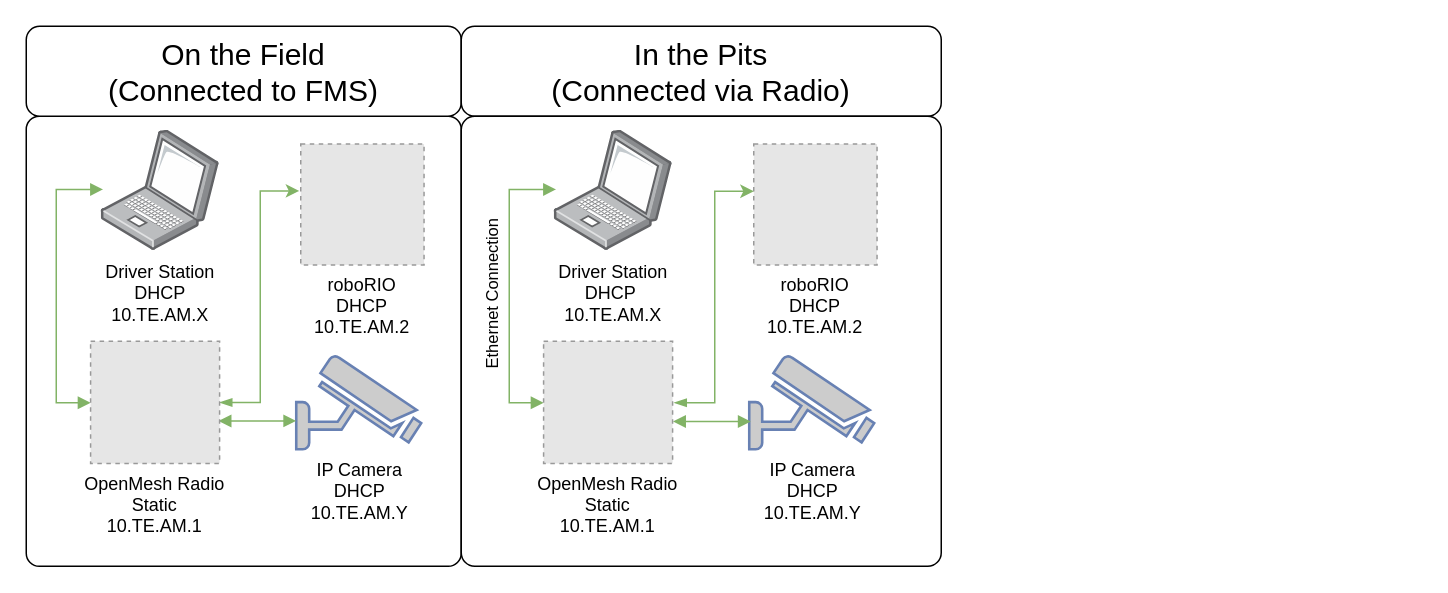
This is source/docs/networking/networking-introduction/diagrams/mixing-static-dynamic.drawio from wpilibsuite/frc-docs, a draw.io file, before an edit. Source tidied: cells renumbered, new cells numbered last; positions are measured from the earlier drawing's top-left corner, leaving out a move shared by most shapes. Both pictures are drawn from the tidied source at 150%, with x=0, y=0 at pixel (26, 26). Pictures stored in the file or linked from it are replaced by grey dashed boxes.
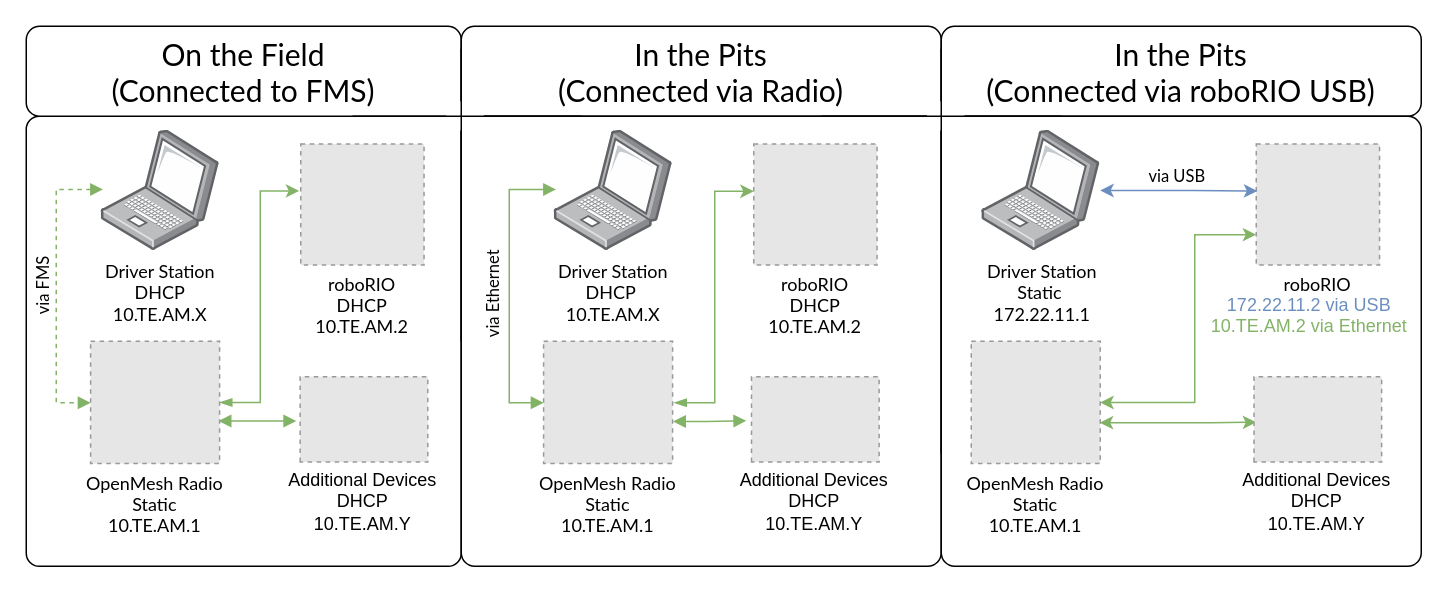
After the change.

Commit message (it also covers changes not shown here):
Update networking diagram

What changed in the source:
```diff
@@
-    <mxCell id="2" style="rounded=1;whiteSpace=wrap;html=1;arcSize=3;" parent="1" vertex="1">
+    <mxCell id="2" style="rounded=1;whiteSpace=wrap;html=1;arcSize=3;fontFamily=Lato;" parent="1" vertex="1">
       <mxGeometry y="60" width="290" height="300" as="geometry" />
     </mxCell>
-    <mxCell id="3" value="&lt;font style=&quot;font-size: 20px&quot;&gt;On the Field &lt;br&gt;(Connected to FMS)&lt;/font&gt;" style="rounded=1;whiteSpace=wrap;html=1;" parent="1" vertex="1">
+    <mxCell id="3" value="&lt;font style=&quot;font-size: 20px&quot;&gt;On the Field &lt;br&gt;(Connected to FMS)&lt;/font&gt;" style="rounded=1;whiteSpace=wrap;html=1;fontFamily=Lato;" parent="1" vertex="1">
       <mxGeometry width="290" height="60" as="geometry" />
     </mxCell>
-    <mxCell id="4" style="edgeStyle=orthogonalEdgeStyle;rounded=0;jettySize=auto;html=1;entryX=-0.012;entryY=0.388;entryDx=0;entryDy=0;entryPerimeter=0;startArrow=blockThin;startFill=1;fillColor=#d5e8d4;strokeColor=#82b366;" parent="1" edge="1" source="10" target="8">
+    <mxCell id="4" style="edgeStyle=orthogonalEdgeStyle;rounded=0;jettySize=auto;html=1;entryX=-0.012;entryY=0.388;entryDx=0;entryDy=0;entryPerimeter=0;startArrow=blockThin;startFill=1;fillColor=#d5e8d4;strokeColor=#82b366;fontFamily=Lato;" parent="1" edge="1" source="10" target="8">
       <mxGeometry relative="1" as="geometry">
         <Array as="points">
           <mxPoint x="156" y="251" />
           <mxPoint x="156" y="110" />
         </Array>
       </mxGeometry>
     </mxCell>
-    <mxCell id="5" style="edgeStyle=orthogonalEdgeStyle;rounded=0;jettySize=auto;html=1;startArrow=block;startFill=1;endArrow=block;endFill=1;exitX=0.015;exitY=0.491;exitDx=0;exitDy=0;exitPerimeter=0;fillColor=#d5e8d4;strokeColor=#82b366;" parent="1" edge="1" source="6" target="10">
+    <mxCell id="5" style="edgeStyle=orthogonalEdgeStyle;rounded=0;jettySize=auto;html=1;startArrow=block;startFill=1;endArrow=block;endFill=1;exitX=0.015;exitY=0.491;exitDx=0;exitDy=0;exitPerimeter=0;fillColor=#d5e8d4;strokeColor=#82b366;dashed=1;fontFamily=Lato;" parent="1" edge="1" source="6" target="10">
       <mxGeometry relative="1" as="geometry">
         <Array as="points">
           <mxPoint x="20" y="109" />
           <mxPoint x="20" y="251" />
         </Array>
       </mxGeometry>
     </mxCell>
+    <mxCell id="21" value="via FMS" style="edgeLabel;html=1;align=center;verticalAlign=middle;horizontal=0;fontFamily=Lato;" parent="5" vertex="1">
+      <mxGeometry x="0.21" y="-1" relative="1" as="geometry">
+        <mxPoint x="-9" y="-22.1" as="offset" />
+      </mxGeometry>
+    </mxCell>
-    <mxCell id="6" value="Driver Station&lt;br&gt;DHCP&lt;br&gt;10.TE.AM.X" style="points=[];html=1;align=center;shadow=0;dashed=0;image;image=img/lib/allied_telesis/computer_and_terminals/Laptop.svg;" parent="1" vertex="1">
+    <mxCell id="6" value="Driver Station&lt;br&gt;DHCP&lt;br&gt;10.TE.AM.X" style="points=[];html=1;align=center;shadow=0;dashed=0;image;image=img/lib/allied_telesis/computer_and_terminals/Laptop.svg;fontFamily=Lato;" parent="1" vertex="1">
       <mxGeometry x="50" y="69.5" width="78.9" height="80" as="geometry" />
     </mxCell>
-    <mxCell id="7" value="&lt;font color=&quot;#000000&quot;&gt;IP Camera&lt;br&gt;DHCP&lt;br&gt;10.TE.AM.Y&lt;/font&gt;" style="fontColor=#0066CC;verticalAlign=top;verticalLabelPosition=bottom;labelPosition=center;align=center;html=1;outlineConnect=0;fillColor=#CCCCCC;strokeColor=#6881B3;gradientColor=none;gradientDirection=north;strokeWidth=2;shape=mxgraph.networks.security_camera;" parent="1" vertex="1">
-      <mxGeometry x="180" y="219.5" width="83.3" height="62.5" as="geometry" />
-    </mxCell>
-    <mxCell id="8" value="roboRIO&#10;DHCP&#10;10.TE.AM.2" style="fillColor=#E6E6E6;strokeColor=#999999;dashed=1;verticalLabelPosition=bottom;labelBackgroundColor=#ffffff;verticalAlign=top;" parent="1" vertex="1">
+    <mxCell id="8" value="roboRIO&#10;DHCP&#10;10.TE.AM.2" style="fillColor=#E6E6E6;strokeColor=#999999;dashed=1;verticalLabelPosition=bottom;labelBackgroundColor=#ffffff;verticalAlign=top;fontFamily=Lato;" parent="1" vertex="1">
       <mxGeometry x="183" y="78.5" width="82.2" height="80.6" as="geometry" />
     </mxCell>
-    <mxCell id="9" style="edgeStyle=orthogonalEdgeStyle;rounded=0;jettySize=auto;html=1;startArrow=block;startFill=1;endArrow=block;endFill=1;fillColor=#d5e8d4;strokeColor=#82b366;exitX=0.992;exitY=0.652;exitDx=0;exitDy=0;exitPerimeter=0;" parent="1" edge="1" source="10" target="7">
+    <mxCell id="9" style="edgeStyle=orthogonalEdgeStyle;rounded=0;jettySize=auto;html=1;startArrow=block;startFill=1;endArrow=block;endFill=1;fillColor=#d5e8d4;strokeColor=#82b366;exitX=0.992;exitY=0.652;exitDx=0;exitDy=0;exitPerimeter=0;fontFamily=Lato;" parent="1" edge="1" source="10">
       <mxGeometry relative="1" as="geometry">
+        <mxPoint x="180" y="263.2" as="targetPoint" />
         <Array as="points">
           <mxPoint x="150" y="263" />
           <mxPoint x="150" y="263" />
         </Array>
       </mxGeometry>
     </mxCell>
-    <mxCell id="10" value="OpenMesh Radio&#10;Static&#10;10.TE.AM.1" style="fillColor=#E6E6E6;strokeColor=#999999;dashed=1;verticalLabelPosition=bottom;labelBackgroundColor=#ffffff;verticalAlign=top;" parent="1" vertex="1">
+    <mxCell id="10" value="OpenMesh Radio&#10;Static&#10;10.TE.AM.1" style="fillColor=#E6E6E6;strokeColor=#999999;dashed=1;verticalLabelPosition=bottom;labelBackgroundColor=#ffffff;verticalAlign=top;fontFamily=Lato;" parent="1" vertex="1">
       <mxGeometry x="42.9" y="210" width="86" height="81.5" as="geometry" />
     </mxCell>
-    <mxCell id="11" value="&lt;font style=&quot;font-size: 20px&quot;&gt;In the Pits&lt;br&gt;(Connected via Radio)&lt;br&gt;&lt;/font&gt;" style="rounded=1;whiteSpace=wrap;html=1;" parent="1" vertex="1">
+    <mxCell id="11" value="&lt;font style=&quot;font-size: 20px&quot;&gt;In the Pits&lt;br&gt;(Connected via Radio)&lt;br&gt;&lt;/font&gt;" style="rounded=1;whiteSpace=wrap;html=1;fontFamily=Lato;" parent="1" vertex="1">
       <mxGeometry x="290" width="320" height="60" as="geometry" />
     </mxCell>
-    <mxCell id="12" style="rounded=1;whiteSpace=wrap;html=1;arcSize=3;" parent="1" vertex="1">
+    <mxCell id="12" style="rounded=1;whiteSpace=wrap;html=1;arcSize=3;fontFamily=Lato;" parent="1" vertex="1">
       <mxGeometry x="290" y="60" width="320" height="300" as="geometry" />
     </mxCell>
-    <mxCell id="13" style="edgeStyle=orthogonalEdgeStyle;rounded=0;jettySize=auto;html=1;startArrow=block;startFill=1;endArrow=block;endFill=1;exitX=0.015;exitY=0.491;exitDx=0;exitDy=0;exitPerimeter=0;fillColor=#d5e8d4;strokeColor=#82b366;" parent="1" edge="1" source="15" target="18">
+    <mxCell id="13" style="edgeStyle=orthogonalEdgeStyle;rounded=0;jettySize=auto;html=1;startArrow=block;startFill=1;endArrow=block;endFill=1;exitX=0.015;exitY=0.491;exitDx=0;exitDy=0;exitPerimeter=0;fillColor=#d5e8d4;strokeColor=#82b366;fontFamily=Lato;" parent="1" edge="1" source="15" target="18">
       <mxGeometry relative="1" as="geometry">
         <Array as="points">
           <mxPoint x="322" y="109" />
           <mxPoint x="322" y="251" />
         </Array>
       </mxGeometry>
     </mxCell>
-    <mxCell id="14" value="Ethernet Connection" style="edgeLabel;html=1;align=center;verticalAlign=middle;horizontal=0;" parent="13" vertex="1">
+    <mxCell id="14" value="via Ethernet" style="edgeLabel;html=1;align=center;verticalAlign=middle;horizontal=0;fontFamily=Lato;" parent="13" vertex="1">
       <mxGeometry x="0.39" y="-1" relative="1" as="geometry">
         <mxPoint x="-11" y="-33.6" as="offset" />
       </mxGeometry>
     </mxCell>
-    <mxCell id="15" value="Driver Station&lt;br&gt;DHCP&amp;nbsp;&lt;br&gt;10.TE.AM.X" style="points=[];html=1;align=center;shadow=0;dashed=0;image;image=img/lib/allied_telesis/computer_and_terminals/Laptop.svg;" parent="1" vertex="1">
+    <mxCell id="15" value="Driver Station&lt;br&gt;DHCP&amp;nbsp;&lt;br&gt;10.TE.AM.X" style="points=[];html=1;align=center;shadow=0;dashed=0;image;image=img/lib/allied_telesis/computer_and_terminals/Laptop.svg;fontFamily=Lato;" parent="1" vertex="1">
       <mxGeometry x="352" y="69.5" width="78.9" height="80" as="geometry" />
     </mxCell>
-    <mxCell id="16" value="&lt;font color=&quot;#000000&quot;&gt;IP Camera&lt;br&gt;DHCP&lt;br&gt;10.TE.AM.Y&lt;/font&gt;" style="fontColor=#0066CC;verticalAlign=top;verticalLabelPosition=bottom;labelPosition=center;align=center;html=1;fillColor=#CCCCCC;strokeColor=#6881B3;gradientColor=none;gradientDirection=north;strokeWidth=2;shape=mxgraph.networks.security_camera;" parent="1" vertex="1">
-      <mxGeometry x="482" y="219.5" width="83.3" height="62.5" as="geometry" />
-    </mxCell>
-    <mxCell id="17" value="roboRIO&#10;DHCP&#10;10.TE.AM.2" style="fillColor=#E6E6E6;strokeColor=#999999;dashed=1;verticalLabelPosition=bottom;labelBackgroundColor=#ffffff;verticalAlign=top;" parent="1" vertex="1">
+    <mxCell id="17" value="roboRIO&#10;DHCP&#10;10.TE.AM.2" style="fillColor=#E6E6E6;strokeColor=#999999;dashed=1;verticalLabelPosition=bottom;labelBackgroundColor=#ffffff;verticalAlign=top;fontFamily=Lato;" parent="1" vertex="1">
       <mxGeometry x="485" y="78.5" width="82.2" height="80.6" as="geometry" />
     </mxCell>
-    <mxCell id="18" value="OpenMesh Radio&#10;Static&#10;10.TE.AM.1" style="fillColor=#E6E6E6;strokeColor=#999999;dashed=1;verticalLabelPosition=bottom;labelBackgroundColor=#ffffff;verticalAlign=top;" parent="1" vertex="1">
+    <mxCell id="18" value="OpenMesh Radio&#10;Static&#10;10.TE.AM.1" style="fillColor=#E6E6E6;strokeColor=#999999;dashed=1;verticalLabelPosition=bottom;labelBackgroundColor=#ffffff;verticalAlign=top;fontFamily=Lato;" parent="1" vertex="1">
       <mxGeometry x="344.9" y="210" width="86" height="81.5" as="geometry" />
     </mxCell>
-    <mxCell id="19" style="edgeStyle=orthogonalEdgeStyle;rounded=0;orthogonalLoop=1;jettySize=auto;html=1;entryX=-0.012;entryY=0.388;entryDx=0;entryDy=0;entryPerimeter=0;startArrow=blockThin;startFill=1;fillColor=#d5e8d4;strokeColor=#82b366;" parent="1" edge="1">
+    <mxCell id="19" style="edgeStyle=orthogonalEdgeStyle;rounded=0;orthogonalLoop=1;jettySize=auto;html=1;entryX=-0.012;entryY=0.388;entryDx=0;entryDy=0;entryPerimeter=0;startArrow=blockThin;startFill=1;fillColor=#d5e8d4;strokeColor=#82b366;fontFamily=Lato;" parent="1" edge="1">
       <mxGeometry relative="1" as="geometry">
         <mxPoint x="431.9" y="251" as="sourcePoint" />
         <mxPoint x="485" y="110" as="targetPoint" />
         <Array as="points">
           <mxPoint x="459" y="251.3" />
           <mxPoint x="459" y="110.3" />
         </Array>
       </mxGeometry>
     </mxCell>
-    <mxCell id="20" style="edgeStyle=orthogonalEdgeStyle;rounded=0;orthogonalLoop=1;jettySize=auto;html=1;startArrow=block;startFill=1;endArrow=block;endFill=1;fillColor=#d5e8d4;strokeColor=#82b366;exitX=0.992;exitY=0.652;exitDx=0;exitDy=0;exitPerimeter=0;" parent="1" edge="1">
+    <mxCell id="20" style="edgeStyle=orthogonalEdgeStyle;rounded=0;orthogonalLoop=1;jettySize=auto;html=1;startArrow=block;startFill=1;endArrow=block;endFill=1;fillColor=#d5e8d4;strokeColor=#82b366;exitX=0.992;exitY=0.652;exitDx=0;exitDy=0;exitPerimeter=0;fontFamily=Lato;" parent="1" edge="1">
       <mxGeometry relative="1" as="geometry">
         <mxPoint x="431.2" y="263.5" as="sourcePoint" />
-        <mxPoint x="483" y="263.5" as="targetPoint" />
+        <mxPoint x="480" y="263" as="targetPoint" />
         <Array as="points">
           <mxPoint x="453" y="263.3" />
           <mxPoint x="453" y="263.3" />
         </Array>
       </mxGeometry>
     </mxCell>
+    <mxCell id="22" value="&lt;font style=&quot;font-size: 20px&quot;&gt;In the Pits&lt;br&gt;(Connected via roboRIO USB)&lt;br&gt;&lt;/font&gt;" style="rounded=1;whiteSpace=wrap;html=1;fontFamily=Lato;" parent="1" vertex="1">
+      <mxGeometry x="610" width="320" height="60" as="geometry" />
+    </mxCell>
+    <mxCell id="23" style="rounded=1;whiteSpace=wrap;html=1;arcSize=3;fontFamily=Lato;" parent="1" vertex="1">
+      <mxGeometry x="610" y="60" width="320" height="300" as="geometry" />
+    </mxCell>
+    <mxCell id="24" value="Driver Station&lt;br&gt;Static&amp;nbsp;&lt;br&gt;172.22.11.1" style="points=[];html=1;align=center;shadow=0;dashed=0;image;image=img/lib/allied_telesis/computer_and_terminals/Laptop.svg;fontFamily=Lato;" parent="1" vertex="1">
+      <mxGeometry x="637.1" y="69.5" width="78.9" height="80" as="geometry" />
+    </mxCell>
+    <mxCell id="25" value="roboRIO&#10;&#10;" style="fillColor=#E6E6E6;strokeColor=#999999;dashed=1;verticalLabelPosition=bottom;labelBackgroundColor=#ffffff;verticalAlign=top;fontFamily=Lato;" parent="1" vertex="1">
+      <mxGeometry x="820" y="78.5" width="82.2" height="80.6" as="geometry" />
+    </mxCell>
+    <mxCell id="26" value="OpenMesh Radio&#10;Static&#10;10.TE.AM.1" style="fillColor=#E6E6E6;strokeColor=#999999;dashed=1;verticalLabelPosition=bottom;labelBackgroundColor=#ffffff;verticalAlign=top;fontFamily=Lato;" parent="1" vertex="1">
+      <mxGeometry x="630" y="210" width="86" height="81.5" as="geometry" />
+    </mxCell>
+    <mxCell id="27" style="edgeStyle=orthogonalEdgeStyle;rounded=0;jettySize=auto;html=1;startArrow=classic;startFill=1;fillColor=#d5e8d4;strokeColor=#82b366;entryX=0;entryY=0.75;entryDx=0;entryDy=0;fontFamily=Lato;" parent="1" edge="1" source="26" target="25">
+      <mxGeometry relative="1" as="geometry">
+        <Array as="points">
+          <mxPoint x="779" y="251" />
+          <mxPoint x="779" y="139" />
+        </Array>
+      </mxGeometry>
+    </mxCell>
+    <mxCell id="28" style="edgeStyle=orthogonalEdgeStyle;rounded=0;jettySize=auto;html=1;startArrow=classic;startFill=1;endArrow=classic;endFill=1;fillColor=#d5e8d4;strokeColor=#82b366;exitX=0.996;exitY=0.666;exitDx=0;exitDy=0;exitPerimeter=0;fontFamily=Lato;" parent="1" edge="1" source="26">
+      <mxGeometry relative="1" as="geometry">
+        <mxPoint x="820" y="264" as="targetPoint" />
+        <Array as="points">
+          <mxPoint x="790" y="264" />
+          <mxPoint x="790" y="264" />
+        </Array>
+      </mxGeometry>
+    </mxCell>
+    <mxCell id="29" value="via USB" style="edgeStyle=orthogonalEdgeStyle;rounded=0;jettySize=auto;html=1;entryX=0.009;entryY=0.389;entryDx=0;entryDy=0;entryPerimeter=0;fillColor=#dae8fc;strokeColor=#6c8ebf;startArrow=classic;startFill=1;endArrow=classic;endFill=1;fontFamily=Lato;" parent="1" edge="1" source="24" target="25">
+      <mxGeometry x="-0.03" y="11" relative="1" as="geometry">
+        <Array as="points">
+          <mxPoint x="778" y="109" />
+          <mxPoint x="806" y="110" />
+        </Array>
+      </mxGeometry>
+    </mxCell>
+    <mxCell id="30" value="&lt;font color=&quot;#82b366&quot; style=&quot;font-size: 12px&quot;&gt;10.TE.AM.2 via Ethernet&lt;/font&gt;" style="text;html=1;align=center;verticalAlign=middle;fontColor=#33FF33;" parent="1" vertex="1">
+      <mxGeometry x="780" y="190" width="150" height="20" as="geometry" />
+    </mxCell>
+    <mxCell id="31" value="&lt;font style=&quot;font-size: 12px&quot; color=&quot;#6c8ebf&quot;&gt;172.22.11.2 via USB&lt;/font&gt;" style="text;html=1;align=center;verticalAlign=middle;fontColor=#33FF33;" parent="1" vertex="1">
+      <mxGeometry x="795" y="176" width="120" height="20" as="geometry" />
+    </mxCell>
+    <mxCell id="32" style="fillColor=#E6E6E6;strokeColor=#999999;dashed=1;verticalLabelPosition=bottom;labelBackgroundColor=#ffffff;verticalAlign=top;rotation=-90;" parent="1" vertex="1">
+      <mxGeometry x="832.6" y="219.5" width="56.9" height="85.1" as="geometry" />
+    </mxCell>
+    <mxCell id="33" value="&lt;font color=&quot;#000000&quot;&gt;&lt;span&gt;Additional Devices&lt;/span&gt;&lt;br style=&quot;padding: 0px ; margin: 0px&quot;&gt;&lt;span&gt;DHCP&lt;/span&gt;&lt;br style=&quot;padding: 0px ; margin: 0px&quot;&gt;&lt;span&gt;10.TE.AM.Y&lt;/span&gt;&lt;/font&gt;" style="text;html=1;align=center;verticalAlign=middle;fontColor=#33FF33;" parent="1" vertex="1">
+      <mxGeometry x="805" y="291.5" width="110" height="50" as="geometry" />
+    </mxCell>
+    <mxCell id="34" style="fillColor=#E6E6E6;strokeColor=#999999;dashed=1;verticalLabelPosition=bottom;labelBackgroundColor=#ffffff;verticalAlign=top;rotation=-90;" parent="1" vertex="1">
+      <mxGeometry x="497.6" y="219.5" width="56.9" height="85.1" as="geometry" />
+    </mxCell>
+    <mxCell id="35" value="&lt;font color=&quot;#000000&quot;&gt;&lt;span&gt;Additional Devices&lt;/span&gt;&lt;br style=&quot;padding: 0px ; margin: 0px&quot;&gt;&lt;span&gt;DHCP&lt;/span&gt;&lt;br style=&quot;padding: 0px ; margin: 0px&quot;&gt;&lt;span&gt;10.TE.AM.Y&lt;/span&gt;&lt;/font&gt;" style="text;html=1;align=center;verticalAlign=middle;fontColor=#33FF33;" parent="1" vertex="1">
+      <mxGeometry x="470" y="291.5" width="110" height="50" as="geometry" />
+    </mxCell>
+    <mxCell id="36" style="fillColor=#E6E6E6;strokeColor=#999999;dashed=1;verticalLabelPosition=bottom;labelBackgroundColor=#ffffff;verticalAlign=top;rotation=-90;" parent="1" vertex="1">
+      <mxGeometry x="196.7" y="219.5" width="56.9" height="85.1" as="geometry" />
+    </mxCell>
+    <mxCell id="37" value="&lt;font color=&quot;#000000&quot;&gt;&lt;span&gt;Additional Devices&lt;/span&gt;&lt;br style=&quot;padding: 0px ; margin: 0px&quot;&gt;&lt;span&gt;DHCP&lt;/span&gt;&lt;br style=&quot;padding: 0px ; margin: 0px&quot;&gt;&lt;span&gt;10.TE.AM.Y&lt;/span&gt;&lt;/font&gt;" style="text;html=1;align=center;verticalAlign=middle;fontColor=#33FF33;" parent="1" vertex="1">
+      <mxGeometry x="169.1" y="291.5" width="110" height="50" as="geometry" />
+    </mxCell>
+    <mxCell id="38" style="rounded=0;whiteSpace=wrap;html=1;fontColor=#33FF33;strokeColor=none;" parent="1" vertex="1">
+      <mxGeometry x="280" y="50" width="25" height="19.5" as="geometry" />
+    </mxCell>
+    <mxCell id="39" style="endArrow=none;html=1;fontColor=#33FF33;exitX=0;exitY=0.25;exitDx=0;exitDy=0;entryX=0;entryY=0.5;entryDx=0;entryDy=0;" parent="1" edge="1" source="11" target="12">
+      <mxGeometry relative="1" as="geometry" />
+    </mxCell>
+    <mxCell id="40" style="endArrow=none;html=1;fontColor=#33FF33;exitX=0.75;exitY=0;exitDx=0;exitDy=0;entryX=0.25;entryY=1;entryDx=0;entryDy=0;" parent="1" edge="1" source="2" target="11">
+      <mxGeometry relative="1" as="geometry" />
+    </mxCell>
+    <mxCell id="41" style="rounded=0;whiteSpace=wrap;html=1;fontColor=#33FF33;strokeColor=none;" parent="1" vertex="1">
+      <mxGeometry x="600.5" y="50" width="25" height="19.5" as="geometry" />
+    </mxCell>
+    <mxCell id="42" style="endArrow=none;html=1;fontColor=#33FF33;exitX=0;exitY=0.25;exitDx=0;exitDy=0;entryX=0;entryY=0.75;entryDx=0;entryDy=0;" parent="1" edge="1" source="22" target="23">
+      <mxGeometry relative="1" as="geometry" />
+    </mxCell>
+    <mxCell id="43" style="endArrow=none;html=1;fontColor=#33FF33;exitX=0.75;exitY=0;exitDx=0;exitDy=0;entryX=0.25;entryY=0;entryDx=0;entryDy=0;" parent="1" edge="1" source="12" target="23">
+      <mxGeometry relative="1" as="geometry" />
+    </mxCell>
```
